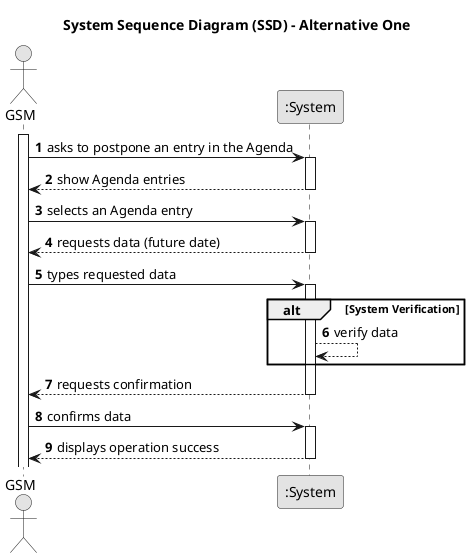
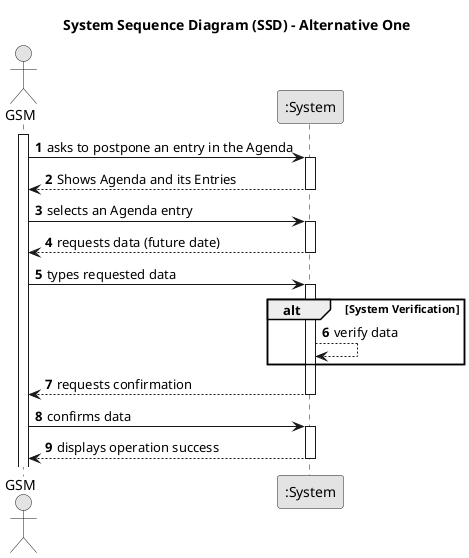
@startuml
skinparam monochrome true
skinparam packageStyle rectangle
skinparam shadowing false

title System Sequence Diagram (SSD) - Alternative One

autonumber

actor "GSM" as Manager
participant ":System" as System

activate Manager

    Manager -> System : asks to postpone an entry in the Agenda
    activate System

-         System --> Manager : show Agenda entries
+         System --> Manager : Shows Agenda and its Entries
    deactivate System

   Manager  -> System : selects an Agenda entry
    activate System

    System --> Manager : requests data (future date)
    deactivate System

    Manager  -> System : types requested data
        activate System

    alt System Verification
    System --> System  : verify data
    end

        System --> Manager  : requests confirmation
    deactivate System

    Manager  -> System : confirms data
    activate System

        System --> Manager : displays operation success
    deactivate System

@enduml